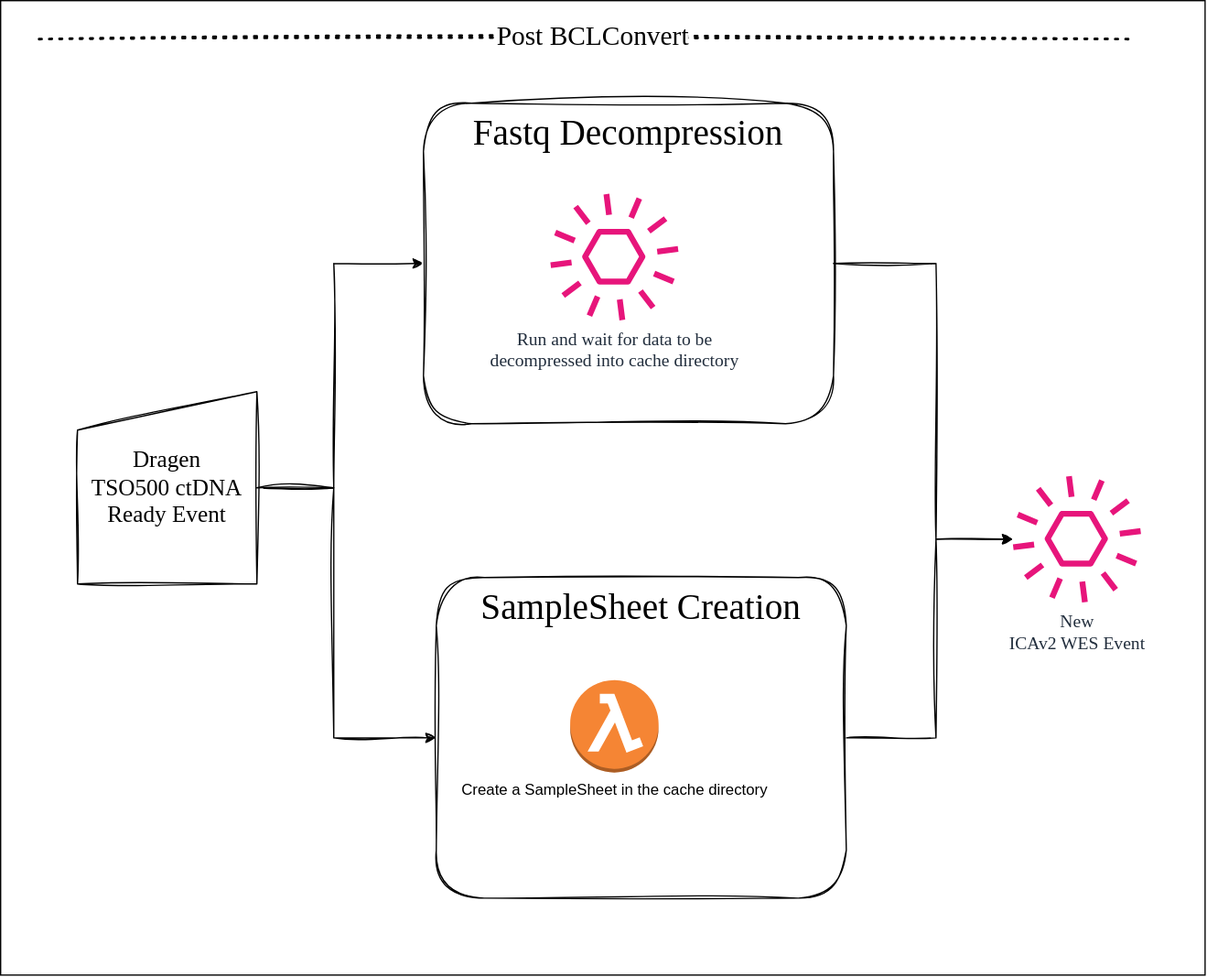
Above: docs/drawio-exports/ready-to-icav2-wes-submitted.drawio.svg in OrcaBus/service-dragen-tso500-ctdna-pipeline-manager (draw.io), before the change. Source tidied: cells renumbered, new cells last; positions are measured from the earlier drawing's top-left corner, leaving out a move shared by most shapes. The source it was exported from:
```xml
<mxGraphModel>
  <root>
    <mxCell id="0" />
    <mxCell id="1" parent="0" />
    <mxCell id="2" style="rounded=0;whiteSpace=wrap;html=1;hachureGap=4;fontFamily=Architects Daughter;fontSource=https%3A%2F%2Ffonts.googleapis.com%2Fcss%3Ffamily%3DArchitects%2BDaughter;" parent="1" vertex="1">
      <mxGeometry width="940" height="760" as="geometry" />
    </mxCell>
    <mxCell id="3" style="edgeStyle=orthogonalEdgeStyle;rounded=0;sketch=1;hachureGap=4;jiggle=2;curveFitting=1;jettySize=auto;html=1;fontFamily=Architects Daughter;fontSource=https%3A%2F%2Ffonts.googleapis.com%2Fcss%3Ffamily%3DArchitects%2BDaughter;entryX=0;entryY=0.5;entryDx=0;entryDy=0;" parent="1" edge="1" source="4" target="6">
      <mxGeometry relative="1" as="geometry">
        <Array as="points">
          <mxPoint x="260" y="380" />
          <mxPoint x="260" y="205" />
        </Array>
      </mxGeometry>
    </mxCell>
    <mxCell id="4" value="Dragen&lt;div&gt;TSO500 ctDNA&lt;/div&gt;&lt;div&gt;Ready Event&lt;/div&gt;" style="shape=manualInput;whiteSpace=wrap;html=1;sketch=1;hachureGap=4;jiggle=2;curveFitting=1;fontFamily=Architects Daughter;fontSource=https%3A%2F%2Ffonts.googleapis.com%2Fcss%3Ffamily%3DArchitects%2BDaughter;fontSize=18;" parent="1" vertex="1">
      <mxGeometry x="60" y="305" width="140" height="150" as="geometry" />
    </mxCell>
    <mxCell id="5" style="edgeStyle=orthogonalEdgeStyle;rounded=0;sketch=1;hachureGap=4;jiggle=2;curveFitting=1;jettySize=auto;html=1;fontFamily=Architects Daughter;fontSource=https%3A%2F%2Ffonts.googleapis.com%2Fcss%3Ffamily%3DArchitects%2BDaughter;exitX=1;exitY=0.5;exitDx=0;exitDy=0;" parent="1" edge="1" source="6" target="7">
      <mxGeometry relative="1" as="geometry">
        <Array as="points">
          <mxPoint x="730" y="205" />
          <mxPoint x="730" y="420" />
        </Array>
      </mxGeometry>
    </mxCell>
    <mxCell id="6" value="Fastq Decompression" style="rounded=1;whiteSpace=wrap;html=1;sketch=1;hachureGap=4;jiggle=2;curveFitting=1;fontFamily=Architects Daughter;fontSource=https%3A%2F%2Ffonts.googleapis.com%2Fcss%3Ffamily%3DArchitects%2BDaughter;verticalAlign=top;fontSize=28;" parent="1" vertex="1">
      <mxGeometry x="330" y="80" width="320" height="250" as="geometry" />
    </mxCell>
    <mxCell id="7" value="New &lt;br&gt;ICAv2 WES Event" style="sketch=0;outlineConnect=0;fontColor=#232F3E;gradientColor=none;fillColor=#E7157B;strokeColor=none;dashed=0;verticalLabelPosition=bottom;verticalAlign=top;align=center;html=1;fontSize=14;fontStyle=0;shape=mxgraph.aws4.event;hachureGap=4;jiggle=2;curveFitting=1;fontFamily=Architects Daughter;fontSource=https%3A%2F%2Ffonts.googleapis.com%2Fcss%3Ffamily%3DArchitects%2BDaughter;" parent="1" vertex="1">
      <mxGeometry x="790" y="370" width="100" height="100" as="geometry" />
    </mxCell>
    <mxCell id="8" style="endArrow=none;dashed=1;html=1;dashPattern=1 3;strokeWidth=2;rounded=0;sketch=1;hachureGap=4;jiggle=2;curveFitting=1;fontFamily=Architects Daughter;fontSource=https%3A%2F%2Ffonts.googleapis.com%2Fcss%3Ffamily%3DArchitects%2BDaughter;" parent="1" edge="1">
      <mxGeometry relative="1" as="geometry">
        <mxPoint x="30" y="30" as="sourcePoint" />
        <mxPoint x="880" y="30" as="targetPoint" />
      </mxGeometry>
    </mxCell>
    <mxCell id="9" value="&lt;span style=&quot;font-size: 21px;&quot;&gt;Post BCLConvert&lt;/span&gt;" style="edgeLabel;html=1;align=center;verticalAlign=middle;sketch=1;hachureGap=4;jiggle=2;curveFitting=1;fontFamily=Architects Daughter;fontSource=https%3A%2F%2Ffonts.googleapis.com%2Fcss%3Ffamily%3DArchitects%2BDaughter;" parent="8" vertex="1">
      <mxGeometry x="0.02" y="3" relative="1" as="geometry" />
    </mxCell>
    <mxCell id="10" style="edgeStyle=orthogonalEdgeStyle;rounded=0;jettySize=auto;html=1;sketch=1;curveFitting=1;jiggle=2;" parent="1" edge="1" source="11" target="7">
      <mxGeometry relative="1" as="geometry">
        <Array as="points">
          <mxPoint x="730" y="575" />
          <mxPoint x="730" y="420" />
        </Array>
      </mxGeometry>
    </mxCell>
    <mxCell id="11" value="SampleSheet Creation" style="rounded=1;whiteSpace=wrap;html=1;sketch=1;hachureGap=4;jiggle=2;curveFitting=1;fontFamily=Architects Daughter;fontSource=https%3A%2F%2Ffonts.googleapis.com%2Fcss%3Ffamily%3DArchitects%2BDaughter;verticalAlign=top;fontSize=28;" parent="1" vertex="1">
      <mxGeometry x="340" y="450" width="320" height="250" as="geometry" />
    </mxCell>
    <mxCell id="12" style="edgeStyle=orthogonalEdgeStyle;rounded=0;sketch=1;hachureGap=4;jiggle=2;curveFitting=1;jettySize=auto;html=1;fontFamily=Architects Daughter;fontSource=https%3A%2F%2Ffonts.googleapis.com%2Fcss%3Ffamily%3DArchitects%2BDaughter;entryX=0;entryY=0.5;entryDx=0;entryDy=0;exitX=1;exitY=0.5;exitDx=0;exitDy=0;" parent="1" edge="1" source="4" target="11">
      <mxGeometry relative="1" as="geometry">
        <Array as="points">
          <mxPoint x="260" y="380" />
          <mxPoint x="260" y="575" />
        </Array>
      </mxGeometry>
    </mxCell>
    <mxCell id="13" value="Run and wait for data to be &lt;br&gt;decompressed into cache directory" style="sketch=0;fontColor=#232F3E;gradientColor=none;fillColor=#E7157B;strokeColor=none;dashed=0;verticalLabelPosition=bottom;verticalAlign=top;align=center;html=1;fontSize=14;fontStyle=0;shape=mxgraph.aws4.event;hachureGap=4;jiggle=2;curveFitting=1;fontFamily=Architects Daughter;fontSource=https%3A%2F%2Ffonts.googleapis.com%2Fcss%3Ffamily%3DArchitects%2BDaughter;" parent="1" vertex="1">
      <mxGeometry x="429" y="150" width="100" height="100" as="geometry" />
    </mxCell>
    <mxCell id="14" value="Create a SampleSheet in the cache directory" style="dashed=0;verticalLabelPosition=bottom;verticalAlign=top;align=center;html=1;shape=mxgraph.aws3.lambda_function;fillColor=#F58534;gradientColor=none;" parent="1" vertex="1">
      <mxGeometry x="444.5" y="530" width="69" height="72" as="geometry" />
    </mxCell>
  </root>
</mxGraphModel>
```
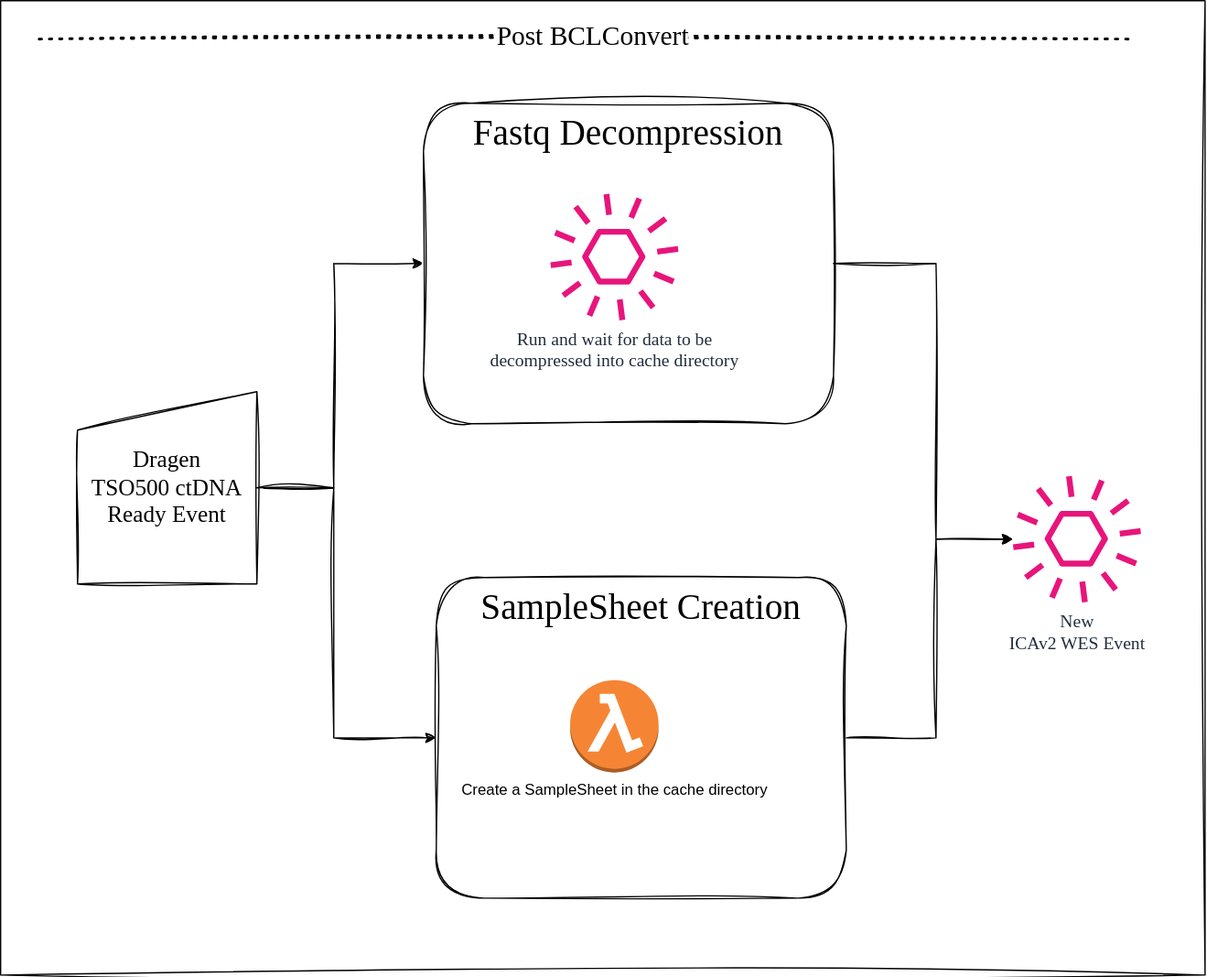
The same diagram one commit later.

Diff of the diagram source:
```diff
@@ -2,7 +2,7 @@
   <root>
     <mxCell id="0" />
     <mxCell id="1" parent="0" />
-    <mxCell id="2" style="rounded=0;whiteSpace=wrap;html=1;hachureGap=4;fontFamily=Architects Daughter;fontSource=https%3A%2F%2Ffonts.googleapis.com%2Fcss%3Ffamily%3DArchitects%2BDaughter;" parent="1" vertex="1">
+    <mxCell id="2" style="rounded=0;whiteSpace=wrap;html=1;hachureGap=4;fontFamily=Architects Daughter;fontSource=https%3A%2F%2Ffonts.googleapis.com%2Fcss%3Ffamily%3DArchitects%2BDaughter;fillStyle=solid;shadow=0;sketch=1;curveFitting=1;jiggle=2;" parent="1" vertex="1">
       <mxGeometry width="940" height="760" as="geometry" />
     </mxCell>
     <mxCell id="3" style="edgeStyle=orthogonalEdgeStyle;rounded=0;sketch=1;hachureGap=4;jiggle=2;curveFitting=1;jettySize=auto;html=1;fontFamily=Architects Daughter;fontSource=https%3A%2F%2Ffonts.googleapis.com%2Fcss%3Ffamily%3DArchitects%2BDaughter;entryX=0;entryY=0.5;entryDx=0;entryDy=0;" parent="1" edge="1" source="4" target="6">
```
